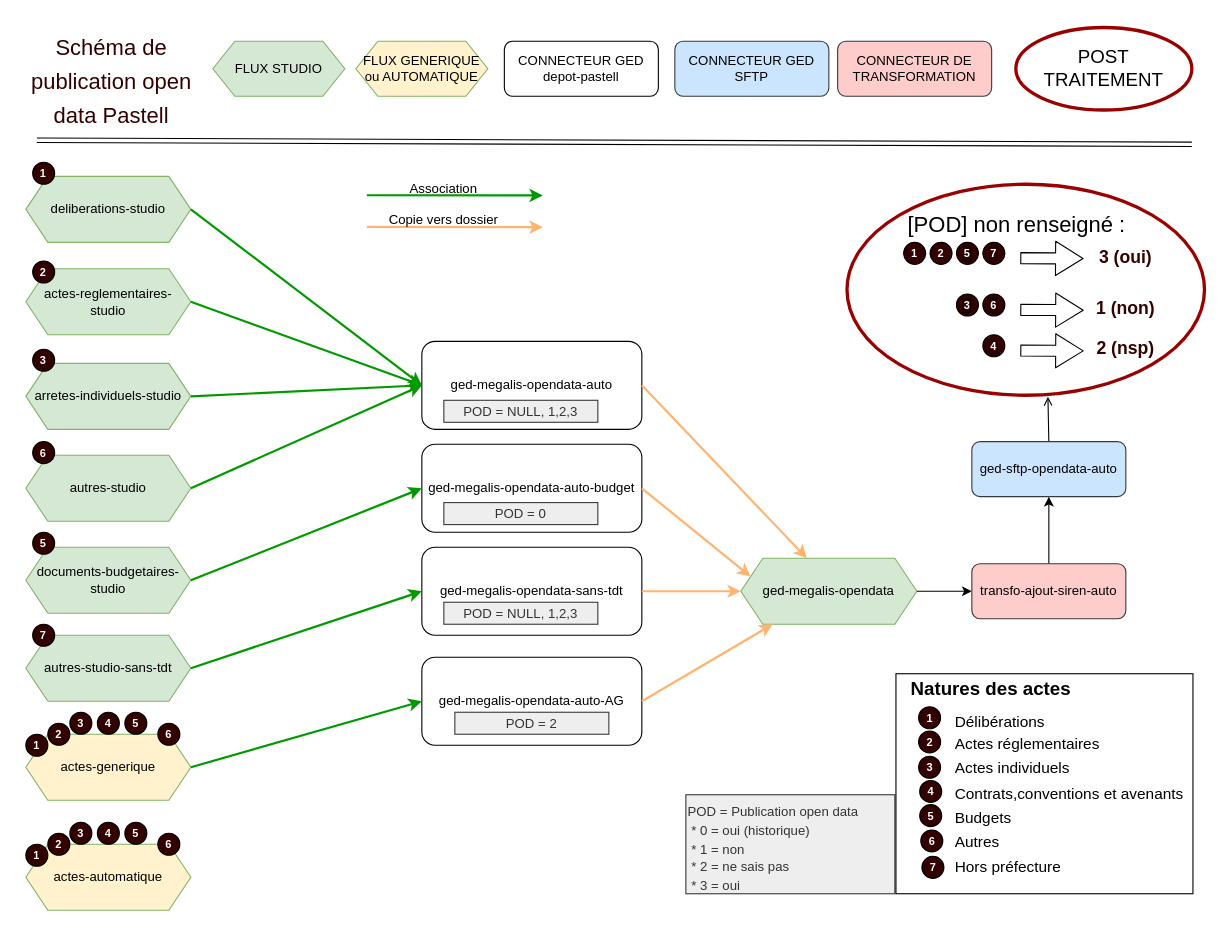
The draw.io diagram source/pastell_publication_OD.drawio in megalis-bretagne/opendata-documentation, before the edit. Source tidied: cells renumbered, new cells numbered last; positions are measured from the earlier drawing's top-left corner, leaving out a move shared by most shapes. Both pictures are drawn from the tidied source at 110%, with x=0, y=0 at pixel (18, 19).
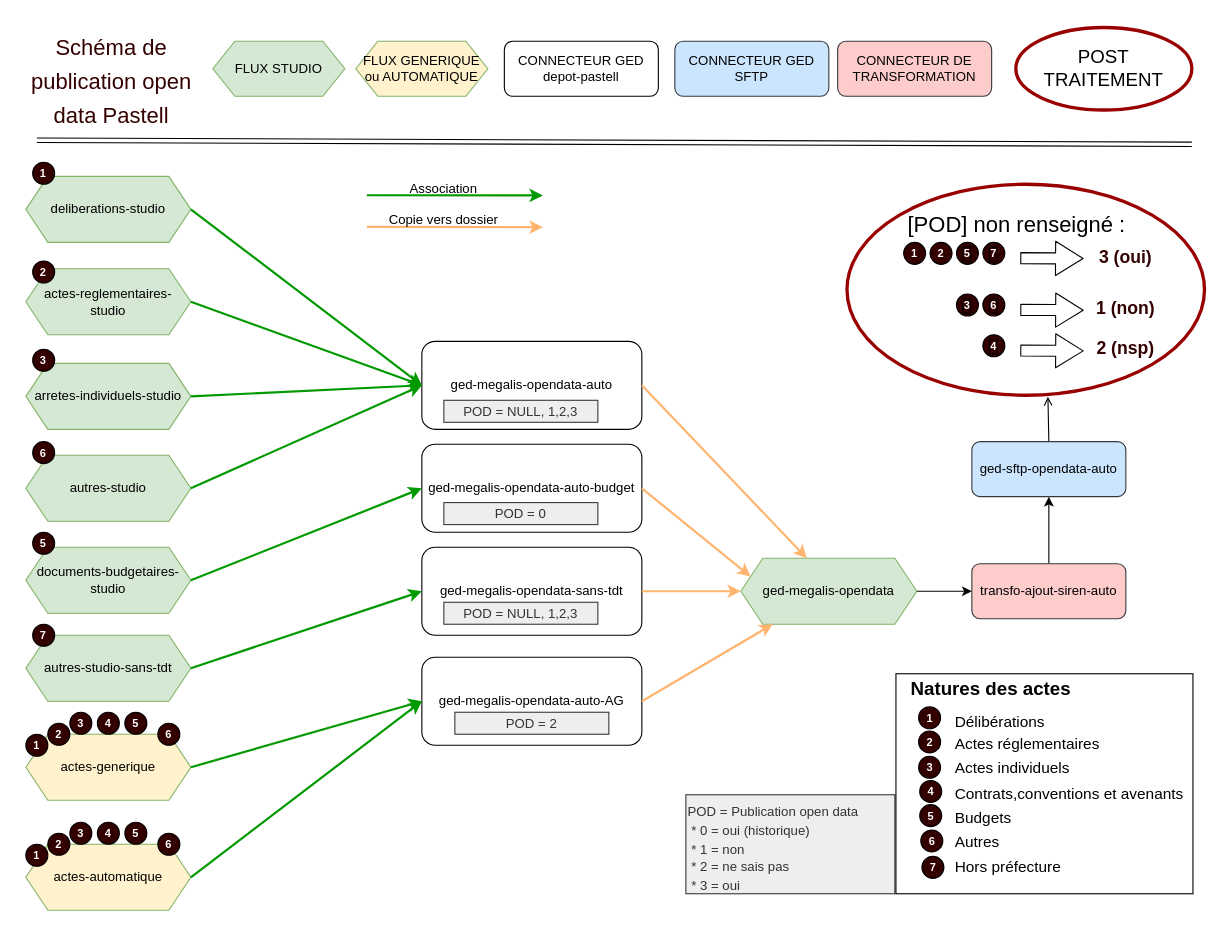
The same page after the edit.

Commit message:
Ajout flux automatiques

The change refers to these unchanged cells:
```xml
<mxCell id="5" value="ged-megalis-opendata-auto-AG" style="rounded=1;whiteSpace=wrap;html=1;" parent="1" vertex="1">
  <mxGeometry x="367" y="580" width="200" height="80" as="geometry" />
</mxCell>
```

Diff of the diagram source:
```diff
@@
+    <mxCell id="93" style="endArrow=classic;html=1;rounded=0;exitX=1;exitY=0.5;exitDx=0;exitDy=0;entryX=0;entryY=0.5;entryDx=0;entryDy=0;strokeColor=#009900;strokeWidth=2;" parent="1" edge="1" target="5">
+      <mxGeometry relative="1" as="geometry">
+        <mxPoint x="157" y="780" as="sourcePoint" />
+      </mxGeometry>
+    </mxCell>
```
